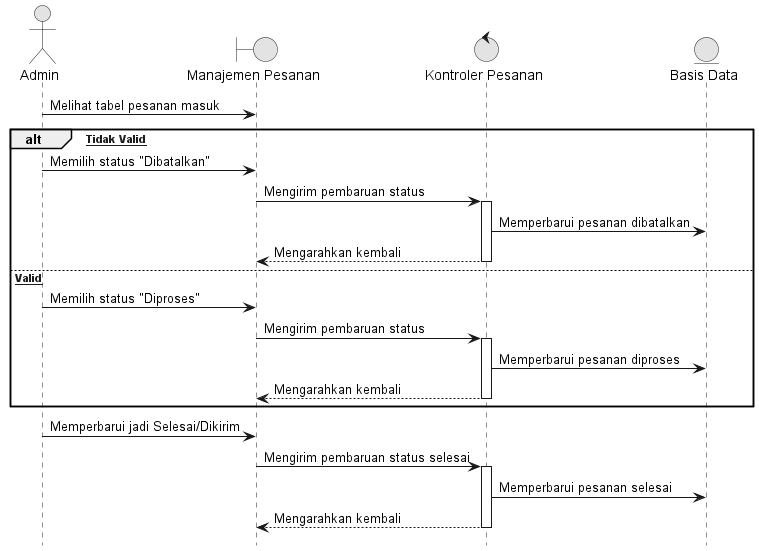
Before: docs/diagrams/10_Kelola_Pesanan.png, a diagram exported from PlantUML (Reyonl/project_TA).
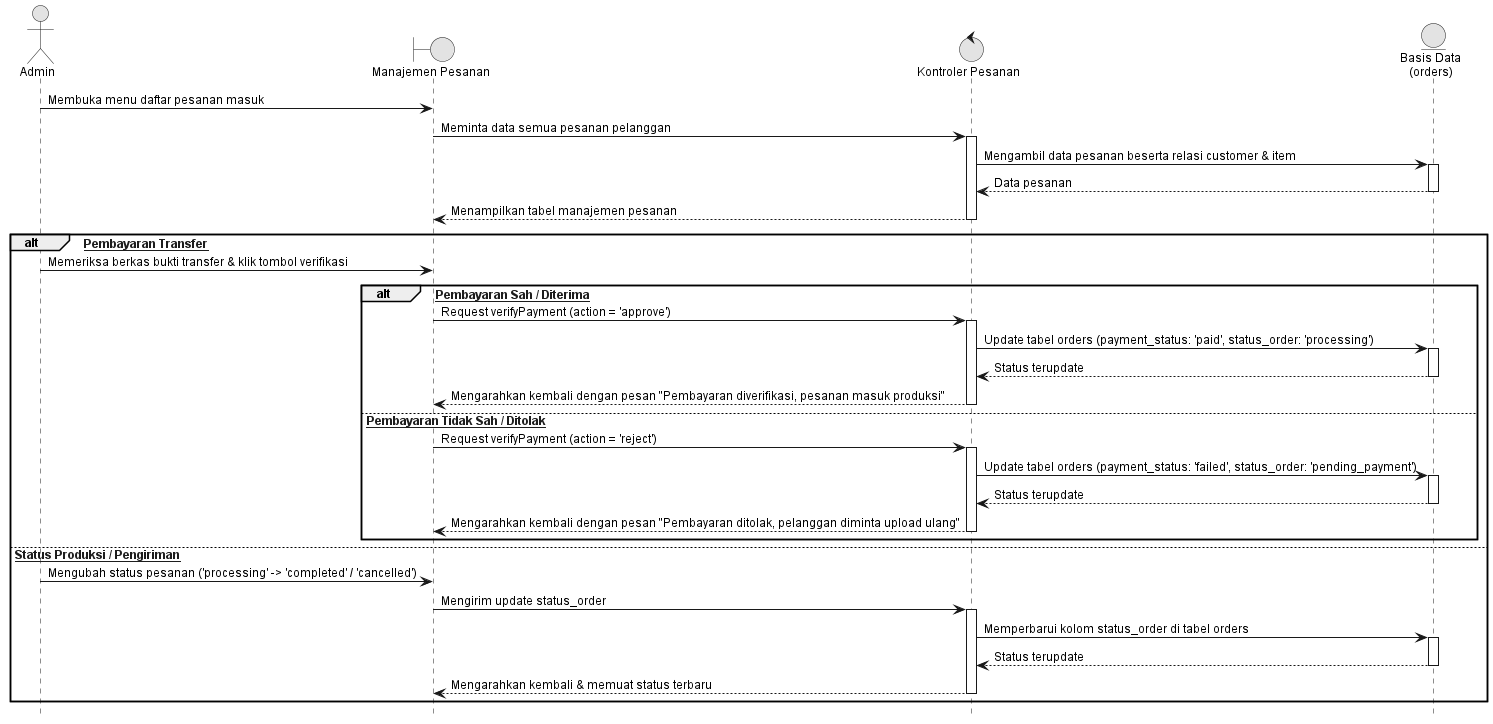
Later version of the same file.

Change to the diagram source:
```diff
@@ -1,35 +1,56 @@
 @startuml 10_Kelola_Pesanan
 hide footbox
+skinparam backgroundColor white
 skinparam monochrome true
 skinparam shadowing false
+skinparam DefaultFontName Arial
+skinparam DefaultFontSize 12
 
 actor "Admin" as Admin
 boundary "Manajemen Pesanan" as View
 control "Kontroler Pesanan" as Controller
-entity "Basis Data" as DB
+entity "Basis Data\n(orders)" as DB
 
-Admin -> View : Melihat tabel pesanan masuk
+Admin -> View : Membuka menu daftar pesanan masuk
+View -> Controller : Meminta data semua pesanan pelanggan
+activate Controller
+Controller -> DB : Mengambil data pesanan beserta relasi customer & item
+activate DB
+DB --> Controller : Data pesanan
+deactivate DB
+Controller --> View : Menampilkan tabel manajemen pesanan
+deactivate Controller
 
-alt [Bukti Tidak Valid]
-    Admin -> View : Memilih status "Dibatalkan"
-    View -> Controller : Mengirim pembaruan status
+alt [Verifikasi Pembayaran Transfer]
+    Admin -> View : Memeriksa berkas bukti transfer & klik tombol verifikasi
+    alt [Bukti Pembayaran Sah / Diterima]
+        View -> Controller : Request verifyPayment (action = 'approve')
+        activate Controller
+        Controller -> DB : Update tabel orders (payment_status: 'paid', status_order: 'processing')
+        activate DB
+        DB --> Controller : Status terupdate
+        deactivate DB
+        Controller --> View : Mengarahkan kembali dengan pesan "Pembayaran diverifikasi, pesanan masuk produksi"
+        deactivate Controller
+    else [Bukti Pembayaran Tidak Sah / Ditolak]
+        View -> Controller : Request verifyPayment (action = 'reject')
+        activate Controller
+        Controller -> DB : Update tabel orders (payment_status: 'failed', status_order: 'pending_payment')
+        activate DB
+        DB --> Controller : Status terupdate
+        deactivate DB
+        Controller --> View : Mengarahkan kembali dengan pesan "Pembayaran ditolak, pelanggan diminta upload ulang"
+        deactivate Controller
+    end
+else [Pembaruan Status Produksi / Pengiriman]
+    Admin -> View : Mengubah status pesanan ('processing' -> 'completed' / 'cancelled')
+    View -> Controller : Mengirim update status_order
     activate Controller
-    Controller -> DB : Memperbarui pesanan dibatalkan
-    Controller --> View : Mengarahkan kembali
-    deactivate Controller
-else [Bukti Valid]
-    Admin -> View : Memilih status "Diproses"
-    View -> Controller : Mengirim pembaruan status
-    activate Controller
-    Controller -> DB : Memperbarui pesanan diproses
-    Controller --> View : Mengarahkan kembali
+    Controller -> DB : Memperbarui kolom status_order di tabel orders
+    activate DB
+    DB --> Controller : Status terupdate
+    deactivate DB
+    Controller --> View : Mengarahkan kembali & memuat status terbaru
     deactivate Controller
 end
-
-Admin -> View : Memperbarui jadi Selesai/Dikirim
-View -> Controller : Mengirim pembaruan status selesai
-activate Controller
-Controller -> DB : Memperbarui pesanan selesai
-Controller --> View : Mengarahkan kembali
-deactivate Controller
 @enduml
```
